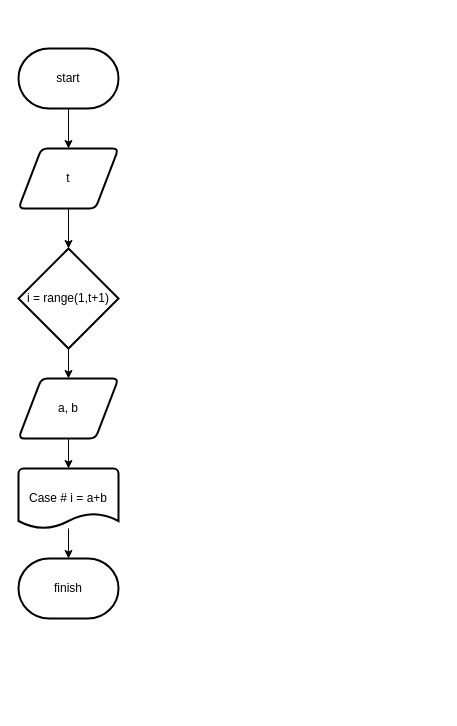
Earlier version of the draw.io diagram stage/03_loop/11021.drawio (Gyeongrok-Oh/boj). Source tidied: cells renumbered, new cells numbered last; positions are measured from the earlier drawing's top-left corner, leaving out a move shared by most shapes. Both pictures are drawn from the tidied source at 100%, with x=0, y=0 at pixel (18, 48).
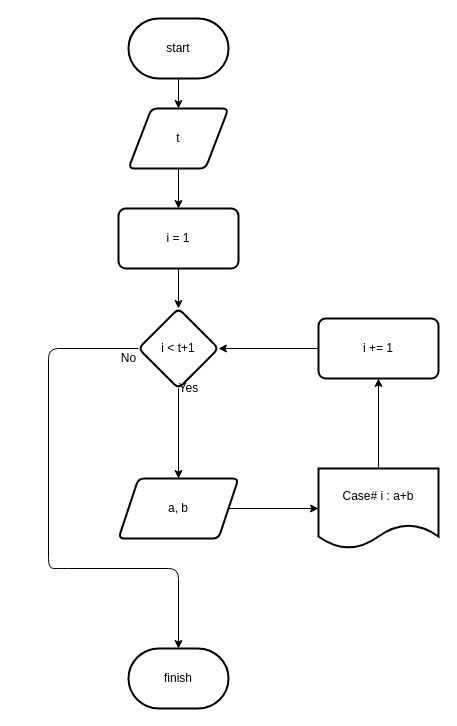
Above is the later version.

What changed in the source:
```diff
@@
     <mxCell id="3" value="start" style="strokeWidth=2;html=1;shape=mxgraph.flowchart.terminator;whiteSpace=wrap;" parent="1" vertex="1">
-      <mxGeometry width="100" height="60" as="geometry" />
+      <mxGeometry x="110" y="-30" width="100" height="60" as="geometry" />
     </mxCell>
-    <mxCell id="4" style="edgeStyle=none;html=1;" parent="1" edge="1" source="5">
-      <mxGeometry relative="1" as="geometry">
-        <mxPoint x="50" y="200" as="targetPoint" />
-      </mxGeometry>
-    </mxCell>
+    <mxCell id="13" style="edgeStyle=none;html=1;" parent="1" edge="1" source="5" target="12">
+      <mxGeometry relative="1" as="geometry" />
+    </mxCell>
     <mxCell id="5" value="t" style="shape=parallelogram;html=1;strokeWidth=2;perimeter=parallelogramPerimeter;whiteSpace=wrap;rounded=1;arcSize=12;size=0.23;" parent="1" vertex="1">
-      <mxGeometry y="100" width="100" height="60" as="geometry" />
+      <mxGeometry x="110" y="60" width="100" height="60" as="geometry" />
     </mxCell>
-    <mxCell id="6" style="edgeStyle=none;html=1;" parent="1" edge="1" source="7">
-      <mxGeometry relative="1" as="geometry">
-        <mxPoint x="50" y="330" as="targetPoint" />
-      </mxGeometry>
-    </mxCell>
-    <mxCell id="7" value="i = range(1,t+1)" style="strokeWidth=2;html=1;shape=mxgraph.flowchart.decision;whiteSpace=wrap;" parent="1" vertex="1">
-      <mxGeometry y="200" width="100" height="100" as="geometry" />
-    </mxCell>
-    <mxCell id="8" style="edgeStyle=none;html=1;" parent="1" edge="1" source="9">
-      <mxGeometry relative="1" as="geometry">
-        <mxPoint x="50" y="420" as="targetPoint" />
-      </mxGeometry>
-    </mxCell>
+    <mxCell id="14" style="edgeStyle=none;html=1;" parent="1" edge="1" source="12" target="17">
+      <mxGeometry relative="1" as="geometry" />
+    </mxCell>
+    <mxCell id="12" value="i = 1" style="whiteSpace=wrap;html=1;strokeWidth=2;rounded=1;arcSize=12;" parent="1" vertex="1">
+      <mxGeometry x="100" y="160" width="120" height="60" as="geometry" />
+    </mxCell>
+    <mxCell id="15" style="edgeStyle=none;html=1;" parent="1" edge="1" source="17" target="9">
+      <mxGeometry relative="1" as="geometry" />
+    </mxCell>
+    <mxCell id="16" style="edgeStyle=none;html=1;" parent="1" edge="1" source="17">
+      <mxGeometry relative="1" as="geometry">
+        <mxPoint x="160" y="600" as="targetPoint" />
+        <Array as="points">
+          <mxPoint x="30" y="300" />
+          <mxPoint x="30" y="520" />
+          <mxPoint x="40" y="520" />
+          <mxPoint x="160" y="520" />
+        </Array>
+      </mxGeometry>
+    </mxCell>
+    <mxCell id="17" value="i &amp;lt; t+1" style="rhombus;whiteSpace=wrap;html=1;strokeWidth=2;rounded=1;arcSize=12;" parent="1" vertex="1">
+      <mxGeometry x="120" y="260" width="80" height="80" as="geometry" />
+    </mxCell>
+    <mxCell id="18" style="edgeStyle=none;html=1;entryX=1;entryY=0.5;entryDx=0;entryDy=0;" parent="1" edge="1" source="19" target="17">
+      <mxGeometry relative="1" as="geometry" />
+    </mxCell>
+    <mxCell id="19" value="i += 1" style="whiteSpace=wrap;html=1;strokeWidth=2;rounded=1;arcSize=12;" parent="1" vertex="1">
+      <mxGeometry x="300" y="270" width="120" height="60" as="geometry" />
+    </mxCell>
+    <mxCell id="20" style="edgeStyle=none;html=1;" parent="1" edge="1" source="9" target="22">
+      <mxGeometry relative="1" as="geometry" />
+    </mxCell>
-    <mxCell id="9" value="a, b" style="shape=parallelogram;html=1;strokeWidth=2;perimeter=parallelogramPerimeter;whiteSpace=wrap;rounded=1;arcSize=12;size=0.23;" parent="1" vertex="1">
-      <mxGeometry y="330" width="100" height="60" as="geometry" />
+    <mxCell id="9" value="a, b" style="shape=parallelogram;perimeter=parallelogramPerimeter;whiteSpace=wrap;html=1;fixedSize=1;strokeWidth=2;rounded=1;arcSize=12;" parent="1" vertex="1">
+      <mxGeometry x="100" y="430" width="120" height="60" as="geometry" />
     </mxCell>
-    <mxCell id="10" style="edgeStyle=none;html=1;" parent="1" edge="1" source="11">
-      <mxGeometry relative="1" as="geometry">
-        <mxPoint x="50" y="510" as="targetPoint" />
-      </mxGeometry>
-    </mxCell>
-    <mxCell id="11" value="Case # i = a+b" style="strokeWidth=2;html=1;shape=mxgraph.flowchart.document2;whiteSpace=wrap;size=0.25;" parent="1" vertex="1">
-      <mxGeometry y="420" width="100" height="60" as="geometry" />
-    </mxCell>
-    <mxCell id="12" value="finish" style="strokeWidth=2;html=1;shape=mxgraph.flowchart.terminator;whiteSpace=wrap;" parent="1" vertex="1">
-      <mxGeometry y="510" width="100" height="60" as="geometry" />
-    </mxCell>
+    <mxCell id="21" style="edgeStyle=none;html=1;entryX=0.5;entryY=1;entryDx=0;entryDy=0;" parent="1" edge="1" source="22" target="19">
+      <mxGeometry relative="1" as="geometry" />
+    </mxCell>
+    <mxCell id="22" value="Case# i : a+b" style="shape=document;whiteSpace=wrap;html=1;boundedLbl=1;strokeWidth=2;rounded=1;arcSize=12;" parent="1" vertex="1">
+      <mxGeometry x="300" y="420" width="120" height="80" as="geometry" />
+    </mxCell>
+    <mxCell id="23" value="Yes" style="text;html=1;align=center;verticalAlign=middle;strokeColor=none;fillColor=none;" parent="1" vertex="1">
+      <mxGeometry x="155" y="330" width="30" height="20" as="geometry" />
+    </mxCell>
+    <mxCell id="24" value="No" style="text;html=1;align=center;verticalAlign=middle;strokeColor=none;fillColor=none;" parent="1" vertex="1">
+      <mxGeometry x="95" y="300" width="30" height="20" as="geometry" />
+    </mxCell>
+    <mxCell id="25" value="finish" style="strokeWidth=2;html=1;shape=mxgraph.flowchart.terminator;whiteSpace=wrap;" parent="1" vertex="1">
+      <mxGeometry x="110" y="600" width="100" height="60" as="geometry" />
+    </mxCell>
```
